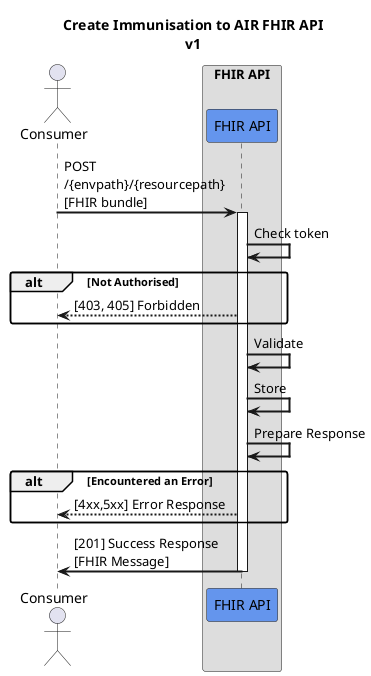
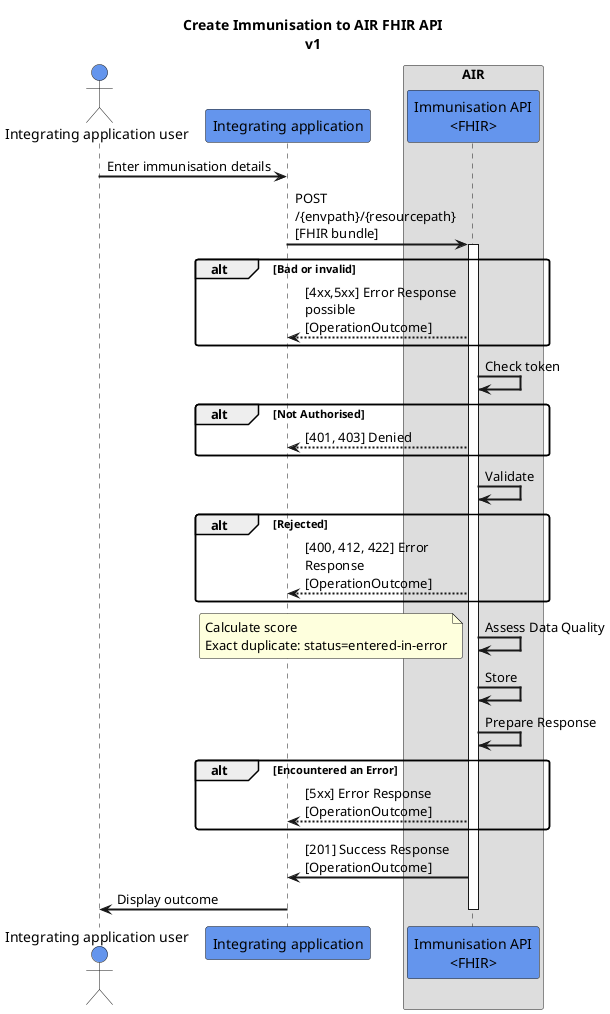
@startuml
skinparam sequenceArrowThickness 2
skinparam roundcorner 5
skinparam maxmessagesize 180
skinparam sequenceParticipant bold
title "Create Immunisation to AIR FHIR API\nv1"
- actor "Consumer" as consumer
- box "FHIR API"
-   participant "FHIR API" as air_pub_api #CornflowerBlue
+ actor "Integrating application user" as user #CornflowerBlue
+ participant "Integrating application" as integrating_app #CornflowerBlue
+ box "AIR"
+   participant "Immunisation API\n<FHIR>" as air_pub_api #CornflowerBlue
end box

- consumer -> air_pub_api: POST /{envpath}/{resourcepath}\n[FHIR bundle]
+ user -> integrating_app: Enter immunisation details
+ integrating_app -> air_pub_api: POST /{envpath}/{resourcepath}\n[FHIR bundle]
activate air_pub_api
+ alt Bad or invalid
+   air_pub_api -[dashed]-> integrating_app: [4xx,5xx] Error Response\npossible [OperationOutcome]
+ end
air_pub_api -> air_pub_api: Check token
alt Not Authorised
-   air_pub_api -[dashed]-> consumer: [403, 405] Forbidden
+   air_pub_api -[dashed]-> integrating_app: [401, 403] Denied
end
air_pub_api -> air_pub_api: Validate
+ alt Rejected
+   air_pub_api -[dashed]-> integrating_app: [400, 412, 422] Error Response\n[OperationOutcome]
+ end
+ air_pub_api -> air_pub_api: Assess Data Quality
+ note left
+   Calculate score
+   Exact duplicate: status=entered-in-error
+ end note
air_pub_api -> air_pub_api: Store
air_pub_api -> air_pub_api: Prepare Response
alt Encountered an Error
-   air_pub_api -[dashed]-> consumer: [4xx,5xx] Error Response
+   air_pub_api -[dashed]-> integrating_app: [5xx] Error Response\n[OperationOutcome]
end
- air_pub_api -> consumer: [201] Success Response [FHIR Message]
+ air_pub_api -> integrating_app: [201] Success Response\n[OperationOutcome]
+ integrating_app -> user: Display outcome
deactivate air_pub_api
@enduml